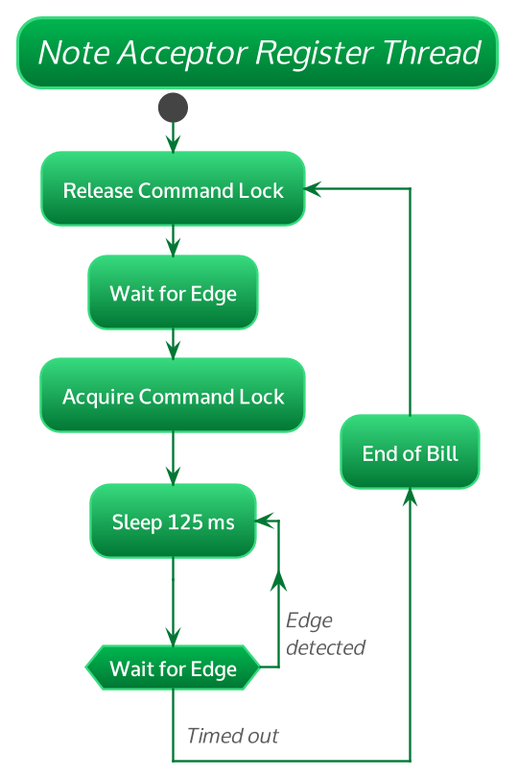
Before: img/note_acceptor_register_thread.png, a diagram exported from PlantUML (FerryTix/diagrams). Its diagram source:
```plantuml
@startuml

!$THEME = "bluegray"

!if %not(%variable_exists("$BGCOLOR"))
!$BGCOLOR = $WHITE
!endif

skinparam backgroundColor $BGCOLOR


!$WHITE = "#fff"
!$GRAY_DARK = "#5a5a5a"
!$GRAY = "#959595"
!$PRIMARY = "#007633"
!$SECONDARY = "#00B64F"
!$SUCCESS = "#b5bd00"
!$INFO = "#0568ae"
!$WARNING = "#ea7400"
!$DANGER = "#cf2a2a"
!$LIGHT = "#d2d2d2"
!$DARK = "#5a5a5a"

!$FGCOLOR = $DARK
!$PRIMARY_DARK = "#007633"
!$PRIMARY_LIGHT = "#37DA7E"
!$PRIMARY_TEXT = $WHITE
!$SECONDARY_LIGHT = "#f5f5f5"
!$SECONDARY_DARK = "#c2c2c2"
!$SECONDARY_TEXT = $DARK
!$INFO_LIGHT = "#3786be"
!$INFO_DARK = "#04538b"
!$INFO_TEXT = $WHITE
!$SUCCESS_LIGHT = "#c4ca33"
!$SUCCESS_DARK = "#919700"
!$SUCCESS_TEXT = $WHITE
!$WARNING_LIGHT = "#ee9033"
!$WARNING_DARK = "#bb5d00"
!$WARNING_TEXT = $WHITE
!$DANGER_LIGHT = "#d95555"
!$DANGER_DARK = "#a62222"
!$DANGER_TEXT = $WHITE

!procedure $success($msg)
  <font color=$SUCCESS><b>$msg
!endprocedure

!procedure $failure($msg)
  <font color=$DANGER><b>$msg
!endprocedure

!procedure $warning($msg)
  <font color=$WARNING><b>$msg
!endprocedure

!procedure $primary_scheme()

	FontColor $PRIMARY_TEXT
	BorderColor #060
	BackgroundColor $PRIMARY_LIGHT-$PRIMARY

!endprocedure

!procedure $secondary_scheme()
	FontColor $SECONDARY_TEXT
	BorderColor $SECONDARY_DARK
	BackgroundColor $WHITE-#fefefe
!endprocedure

skinparam defaultFontName        "Oxygen-Sans"
skinparam defaultFontSize        14
skinparam dpi                    150
skinparam shadowing              false
skinparam roundcorner            20
skinparam ParticipantPadding     30
skinparam BoxPadding             20
skinparam Padding                4
skinparam ArrowColor             $PRIMARY_DARK
skinparam defaultFontStyle       bold
skinparam stereotype {
    CBackgroundColor $SECONDARY_LIGHT
    CBorderColor $SECONDARY_DARK
    ABackgroundColor $SUCCESS_LIGHT
    ABorderColor $SUCCESS_DARK
    IBackgroundColor $DANGER_LIGHT
    IBorderColor $DANGER_DARK
    EBackgroundColor $WARNING_LIGHT
    EBorderColor $WARNING_DARK
    NBackgroundColor $INFO_LIGHT
    NBorderColor $INFO_DARK
}
skinparam title {
	FontColor	                 $WHITE
	BorderColor	                 $PRIMARY_LIGHT
	FontSize	    	         22
	BorderRoundCorner            32
	FontStyle                    italic
	BorderThickness 	         2
	BackgroundColor              $SECONDARY-$PRIMARY
}


skinparam legend {
	BackgroundColor $SECONDARY
	BorderColor $SECONDARY_DARK
	FontColor $DARK
}

!startsub swimlane
skinparam swimlane {
	BorderColor $INFO
	BorderThickness 2
	TitleBackgroundColor  $SECONDARY_LIGHT-$SECONDARY
	TitleFontColor $PRIMARY
}
!endsub

!startsub activity

skinparam activity {
	FontColor $PRIMARY_TEXT
	BorderColor $PRIMARY_LIGHT
	BackgroundColor $PRIMARY_LIGHT-$PRIMARY
	BarColor $SUCCESS
	StartColor #444
	EndColor $PRIMARY_LIGHT
	DiamondBackgroundColor $SECONDARY-$PRIMARY
  	DiamondBorderColor $PRIMARY_LIGHT
	DiamondFontColor $WHITE
}
!endsub

!startsub participant

skinparam participant {
	$primary_scheme()
	ParticipantBorderThickness 2
}
!endsub

!startsub actor

skinparam actor {
	$primary_scheme()
	FontColor $PRIMARY
}
!endsub

!startsub arrow

skinparam arrow {
	Thickness 2
	Color $PRIMARY
	FontColor $FGCOLOR
	FontStyle italic
}
!endsub

!startsub sequence

skinparam sequence {
	BorderColor $PRIMARY
	StartColor $PRIMARY
	EndColor #000
	BoxBackgroundColor $LIGHT
	BoxBorderColor $GRAY
	BoxFontColor $DARK
	LifeLineBorderColor #111
	LifeLineBorderThickness 2
	GroupBorderColor $GRAY
	GroupFontColor $DARK
	GroupHeaderFontColor $INFO
	DividerBackgroundColor $WHITE-$LIGHT
    DividerBorderColor $GRAY
    DividerBorderThickness 2
    DividerFontColor $DARK
	ReferenceBackgroundColor $BGCOLOR
	ReferenceBorderColor $GRAY
	ReferenceFontColor $DARK
	ReferenceHeaderFontColor $INFO

}
!endsub

!startsub partition

skinparam partition {
	BorderColor $PRIMARY
	FontColor $PRIMARY
	BackgroundColor $BGCOLOR
}
!endsub

!startsub collections

skinparam collections {
	$primary_scheme()
}
!endsub

!startsub control

skinparam control {
	$primary_scheme()
	FontColor $PRIMARY
}
!endsub

!startsub entity

skinparam entity {
	$primary_scheme()
	FontColor $PRIMARY
}
!endsub

!startsub boundary

skinparam boundary {
	$primary_scheme()
	FontColor $PRIMARY
}
!endsub

!startsub agent

skinparam agent {
	BackgroundColor #orange
	BorderColor #999999
	FontColor #333333
}
!endsub

!startsub note

skinparam note {
	BorderThickness 1
	BackgroundColor $INFO_LIGHT-$INFO
	BorderColor $INFO
	FontColor $WHITE
}
!endsub

!startsub artifact

skinparam artifact {
	BackgroundColor $WHITE-$LIGHT
	BorderColor $SECONDARY_DARK
	FontColor $SECONDARY_TEXT
}
!endsub

!startsub component

skinparam component {
	$primary_scheme()
}
!endsub

!startsub interface

skinparam interface {
	BackgroundColor  $DANGER_LIGHT
	BorderColor  $DANGER
	FontColor $DARK
}
!endsub

!startsub storage

skinparam storage {
	BackgroundColor $WARNING_LIGHT-$WARNING
  	BorderColor $WARNING
	FontColor $WARNING_TEXT
}
!endsub

!startsub node

skinparam node {
	BackgroundColor $SECONDARY_LIGHT-$SECONDARY
	BorderColor $SECONDARY_DARK
	FontColor $PRIMARY
}
!endsub

!startsub cloud

skinparam cloud {
	BackgroundColor #F2FCFE-#eeeeee
	BorderColor #F2FCFE
	FontColor $PRIMARY
}
!endsub

!startsub database

skinparam database {
	$primary_scheme()
	BorderColor $PRIMARY_DARK
}
!endsub

!startsub class

skinparam class {
	$primary_scheme()
	Public #000
	HeaderBackgroundColor $PRIMARY
	StereotypeFontColor $DARK
	BorderThickness 1
	AttributeFontColor $WHITE
	AttributeFontSize 14
}
!endsub

!startsub object

skinparam object {
	$primary_scheme()
	StereotypeFontColor $DARK
	BorderThickness 1
	AttributeFontColor $LIGHT
	AttributeFontSize 11
}
!endsub

!startsub usecase

skinparam usecase {
	$primary_scheme()
	BorderThickness 2
	StereotypeFontColor $PRIMARY
}
!endsub

!startsub rectangle

skinparam rectangle {
	$secondary_scheme()
	BorderThickness 2
	StereotypeFontColor $PRIMARY
}
!endsub

!startsub package

skinparam package {
	FontColor $PRIMARY
	BorderColor $PRIMARY_LIGHT
	BackgroundColor $BGCOLOR
	BorderThickness 2
}
!endsub

!startsub folder

skinparam folder {
	BackgroundColor $WHITE-$SECONDARY_LIGHT
  	BorderColor $WARNING
	FontColor $WARNING
	BorderThickness 2
}
!endsub

!startsub frame

skinparam frame {
	BackgroundColor $WHITE-$SECONDARY_LIGHT
  	BorderColor $INFO
	FontColor $INFO
	BorderThickness 2
}
!endsub

!startsub state

skinparam state {
	$primary_scheme()
	BorderColor $PRIMARY_DARK
	StartColor $INFO
	EndColor $INFO
	AttributeFontColor $LIGHT
	AttributeFontSize 11
}
!endsub

!startsub queue

skinparam queue {
	$primary_scheme()
}
!endsub

!startsub card

skinparam card {
	BackgroundColor $INFO_LIGHT-$INFO
	BorderColor $INFO
	FontColor $INFO_TEXT
}
!endsub

!startsub file

skinparam file {
	BackgroundColor $SECONDARY_LIGHT-$SECONDARY
	BorderColor $INFO
	FontColor $SECONDARY_TEXT

}
!endsub

!startsub stack

skinparam stack {
	$primary_scheme()
}
!endsub
skinparam linetype ortho
title: Note Acceptor Register Thread
start
repeat :Release **Command Lock**;
:Wait for Edge;
:Acquire **Command Lock**;
backward :End of Bill;
    repeat :Sleep 125 ms;
    repeat while (Wait for Edge) is (    Edge\n    detected) not (\nTimed out)








@enduml
```
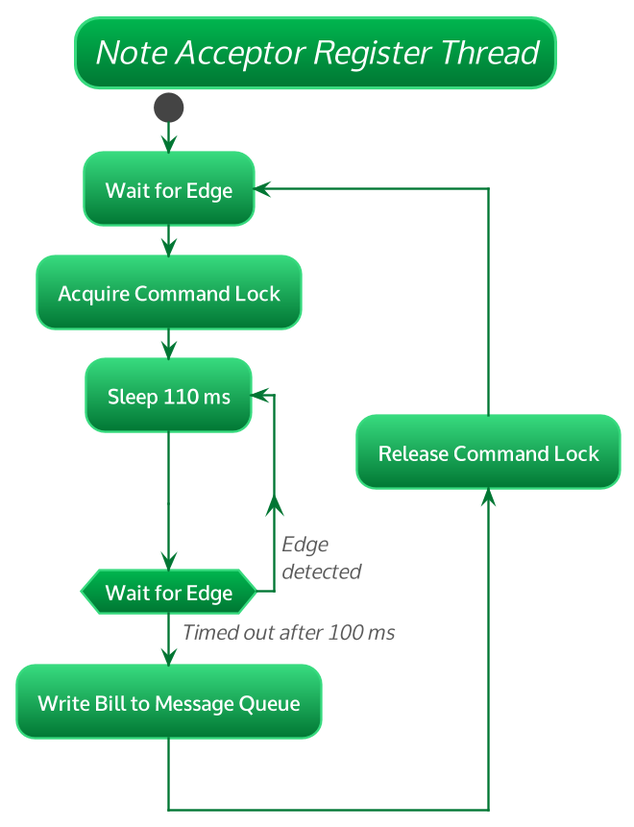
Later version of the same file.

Commit message:
improve diagram

Diff of the diagram source:
```diff
@@ -420,18 +420,10 @@
 skinparam linetype ortho
 title: Note Acceptor Register Thread
 start
-repeat :Release **Command Lock**;
-:Wait for Edge;
+repeat :Wait for Edge;
 :Acquire **Command Lock**;
-backward :End of Bill;
-    repeat :Sleep 125 ms;
-    repeat while (Wait for Edge) is (    Edge\n    detected) not (\nTimed out)
-
-
-
-
-
-
-
-
+    repeat :Sleep 110 ms;
+    repeat while (Wait for Edge) is (    Edge\n    detected) not (Timed out after 100 ms\n)
+     :Write Bill to Message Queue;
+    backward :Release **Command Lock**;
 @enduml
```
